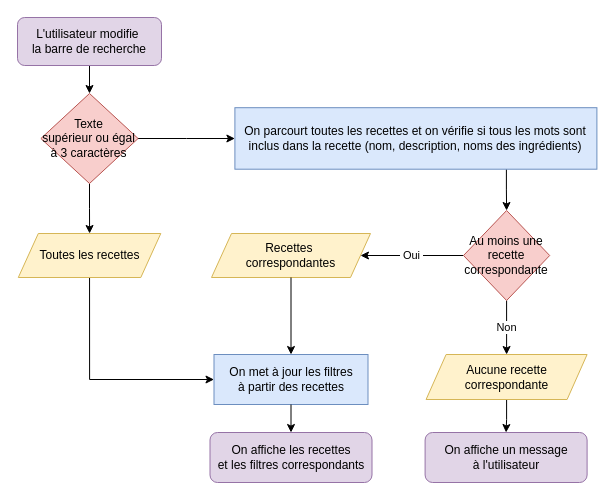
This is docs/Algorigramme-final.drawio from melacod/MelanieKlein_7_09092021, a draw.io file, before an edit. Source tidied: cells renumbered, new cells numbered last; positions are measured from the earlier drawing's top-left corner, leaving out a move shared by most shapes. Both pictures are drawn from the tidied source at 100%, with x=0, y=0 at pixel (17, 17).
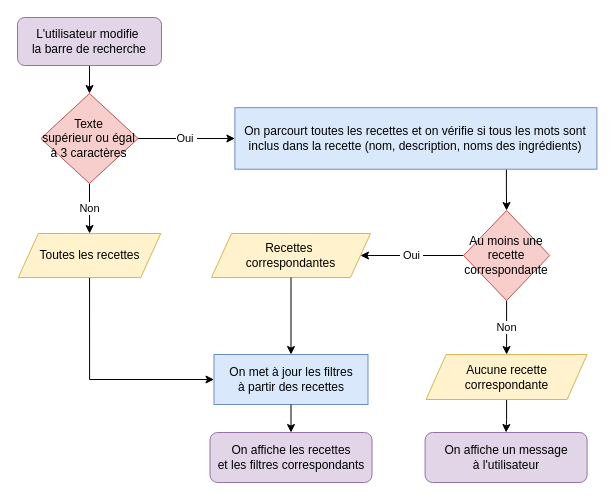
Above is the later version.

Unchanged cells that the change refers to:
```xml
<mxCell id="5" value="&lt;span&gt;Toutes les recettes&lt;/span&gt;" style="shape=parallelogram;perimeter=parallelogramPerimeter;whiteSpace=wrap;html=1;fixedSize=1;fillColor=#fff2cc;strokeColor=#d6b656;" parent="1" vertex="1">
  <mxGeometry x="0.8" y="216" width="142.5" height="44" as="geometry" />
</mxCell>
<mxCell id="7" value="&lt;span&gt;On parcourt toutes les recettes et on vérifie si tous les mots sont inclus dans la recette (nom, description, noms des ingrédients)&lt;/span&gt;" style="rounded=0;whiteSpace=wrap;html=1;fillColor=#dae8fc;strokeColor=#6c8ebf;" parent="1" vertex="1">
  <mxGeometry x="217.4" y="90.2" width="362" height="61.5" as="geometry" />
</mxCell>
<mxCell id="15" value="&lt;span&gt;Texte&lt;/span&gt;&lt;br&gt;&lt;span&gt;supérieur ou égal &lt;br&gt;à 3 caractères&lt;/span&gt;" style="rhombus;whiteSpace=wrap;html=1;fillColor=#f8cecc;strokeColor=#b85450;" parent="1" vertex="1">
  <mxGeometry x="23.4" y="76" width="97.2" height="90" as="geometry" />
</mxCell>
```

The edit, as a diff of the source:
```diff
@@
-    <mxCell id="13" style="edgeStyle=orthogonalEdgeStyle;rounded=0;jettySize=auto;html=1;" parent="1" edge="1" source="15" target="5">
+    <mxCell id="13" value="Non" style="edgeStyle=orthogonalEdgeStyle;rounded=0;jettySize=auto;html=1;" parent="1" edge="1" source="15" target="5">
       <mxGeometry relative="1" as="geometry" />
     </mxCell>
-    <mxCell id="14" style="edgeStyle=orthogonalEdgeStyle;rounded=0;jettySize=auto;html=1;" parent="1" edge="1" source="15" target="7">
+    <mxCell id="14" value="Oui&amp;nbsp;" style="edgeStyle=orthogonalEdgeStyle;rounded=0;jettySize=auto;html=1;" parent="1" edge="1" source="15" target="7">
       <mxGeometry relative="1" as="geometry" />
     </mxCell>
```
